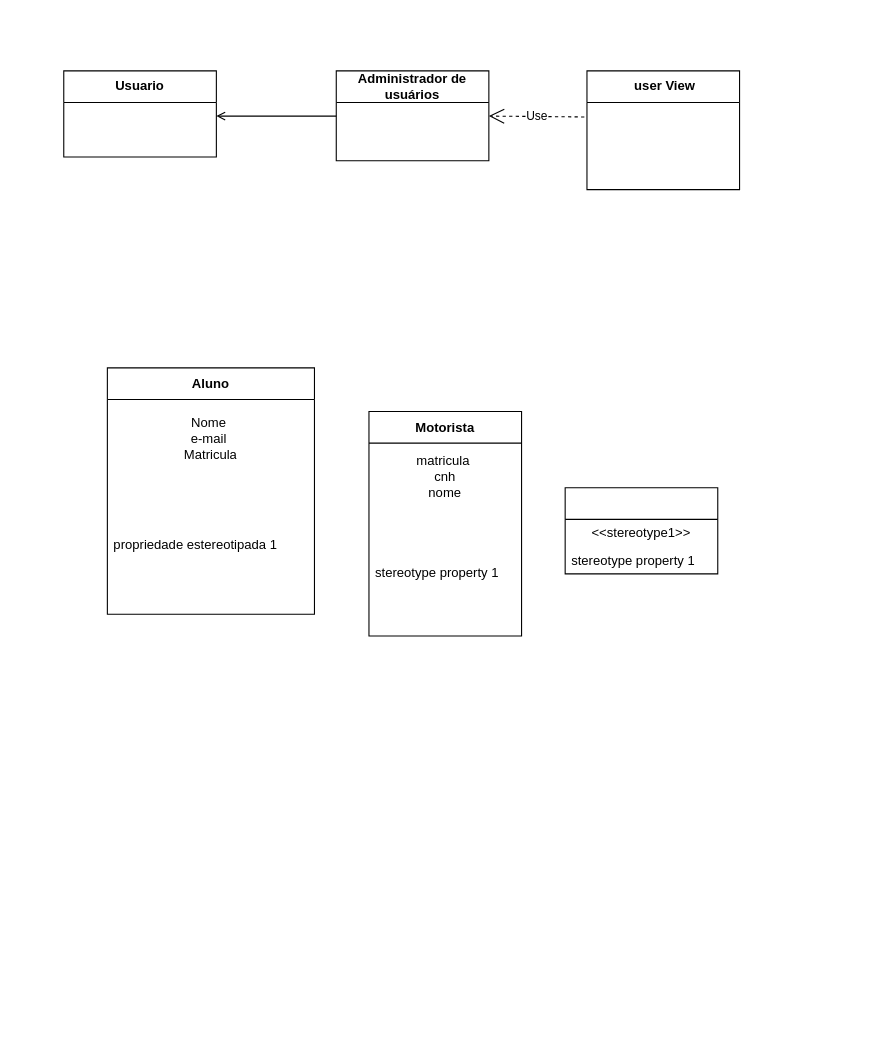
The draw.io diagram Documentação/Diagramas/DiagramaDeClasses.drawio in augustomiguel/metodosdeprojeto, before the edit. Source tidied: cells renumbered, new cells numbered last; positions are measured from the earlier drawing's top-left corner, leaving out a move shared by most shapes. Both pictures are drawn from the tidied source at 109%, with x=0, y=0 at pixel (63, 71).
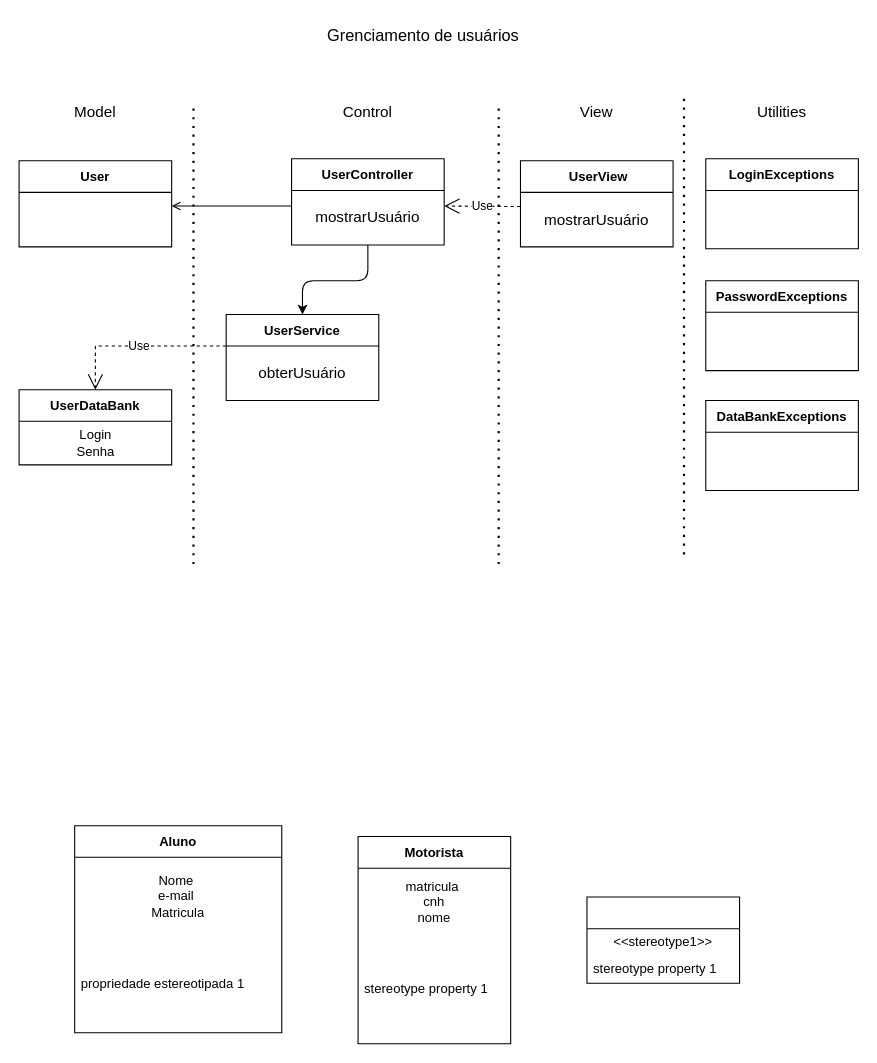
Above is the later version.

Commit message:
Diagrama de classe estendido

The edit, as a diff of the source:
```diff
@@
     <mxCell id="2" value="Aluno" style="swimlane;fontStyle=1;align=center;verticalAlign=middle;horizontal=1;startSize=29;html=1;whiteSpace=wrap;" parent="1" vertex="1">
-      <mxGeometry x="40" y="272" width="190" height="226" as="geometry" />
+      <mxGeometry x="10" y="692" width="190" height="190" as="geometry" />
     </mxCell>
@@
     <mxCell id="4" value="propriedade estereotipada 1" style="text;html=1;strokeColor=none;fillColor=none;align=left;verticalAlign=middle;spacingLeft=4;spacingRight=4;overflow=hidden;whiteSpace=wrap;" parent="2" vertex="1">
-      <mxGeometry y="100" width="190" height="126" as="geometry" />
+      <mxGeometry y="100" width="190" height="90" as="geometry" />
     </mxCell>
     <mxCell id="5" value="Motorista" style="swimlane;fontStyle=1;align=center;verticalAlign=middle;horizontal=1;startSize=29;html=1;whiteSpace=wrap;" parent="1" vertex="1">
-      <mxGeometry x="280" y="312" width="140" height="206" as="geometry" />
+      <mxGeometry x="270" y="702" width="140" height="190" as="geometry" />
     </mxCell>
@@
     <mxCell id="7" value="stereotype property 1" style="text;html=1;strokeColor=none;fillColor=none;align=left;verticalAlign=middle;spacingLeft=4;spacingRight=4;overflow=hidden;whiteSpace=wrap;" parent="5" vertex="1">
-      <mxGeometry y="90" width="140" height="116" as="geometry" />
+      <mxGeometry y="90" width="140" height="100" as="geometry" />
     </mxCell>
-    <mxCell id="8" value="Usuario" style="swimlane;fontStyle=1;align=center;verticalAlign=middle;horizontal=1;startSize=29;html=1;whiteSpace=wrap;" parent="1" vertex="1">
-      <mxGeometry y="-0.5" width="140" height="79" as="geometry" />
+    <mxCell id="8" value="User" style="swimlane;fontStyle=1;align=center;verticalAlign=middle;horizontal=1;startSize=29;html=1;whiteSpace=wrap;" parent="1" vertex="1">
+      <mxGeometry x="-41" y="82" width="140" height="79" as="geometry" />
     </mxCell>
-    <mxCell id="9" value="Administrador de usuários" style="swimlane;fontStyle=1;align=center;verticalAlign=middle;horizontal=1;startSize=29;html=1;whiteSpace=wrap;" parent="1" vertex="1">
-      <mxGeometry x="250" y="-0.5" width="140" height="82.5" as="geometry" />
-    </mxCell>
-    <mxCell id="10" value="&amp;nbsp;user View" style="swimlane;fontStyle=1;align=center;verticalAlign=middle;horizontal=1;startSize=29;html=1;whiteSpace=wrap;" parent="1" vertex="1">
-      <mxGeometry x="480" y="-0.5" width="140" height="109" as="geometry" />
+    <mxCell id="10" value="&amp;nbsp;UserView" style="swimlane;fontStyle=1;align=center;verticalAlign=middle;horizontal=1;startSize=29;html=1;whiteSpace=wrap;" parent="1" vertex="1">
+      <mxGeometry x="419" y="82" width="140" height="79" as="geometry" />
     </mxCell>
+    <mxCell id="16" value="mostrarUsuário" style="text;html=1;align=center;verticalAlign=middle;whiteSpace=wrap;rounded=0;fontSize=14;" parent="10" vertex="1">
+      <mxGeometry y="29" width="140" height="50" as="geometry" />
+    </mxCell>
     <mxCell id="11" style="swimlane;fontStyle=1;align=center;verticalAlign=middle;horizontal=1;startSize=29;html=1;whiteSpace=wrap;" parent="1" vertex="1">
-      <mxGeometry x="460" y="382" width="140" height="79" as="geometry" />
+      <mxGeometry x="480" y="757.5" width="140" height="79" as="geometry" />
     </mxCell>
@@
-    <mxCell id="14" value="Use" style="endArrow=open;endSize=12;dashed=1;html=1;rounded=0;exitX=-0.017;exitY=0.81;exitDx=0;exitDy=0;exitPerimeter=0;entryX=1;entryY=0.5;entryDx=0;entryDy=0;" parent="1" edge="1">
+    <mxCell id="14" value="Use" style="endArrow=open;endSize=12;dashed=1;html=1;rounded=0;entryX=1;entryY=0.5;entryDx=0;entryDy=0;" parent="1" edge="1">
       <mxGeometry relative="1" as="geometry">
-        <mxPoint x="477.6" y="41.8" as="sourcePoint" />
-        <mxPoint x="390" y="41" as="targetPoint" />
+        <mxPoint x="419" y="124" as="sourcePoint" />
+        <mxPoint x="349" y="123.5" as="targetPoint" />
       </mxGeometry>
     </mxCell>
     <mxCell id="15" style="edgeStyle=orthogonalEdgeStyle;rounded=0;orthogonalLoop=1;jettySize=auto;html=1;exitX=0;exitY=0.5;exitDx=0;exitDy=0;entryX=1;entryY=0.5;entryDx=0;entryDy=0;shape=wire;dashed=1;endArrow=open;endFill=0;" parent="1" edge="1">
       <mxGeometry relative="1" as="geometry">
-        <mxPoint x="250" y="41" as="sourcePoint" />
-        <mxPoint x="140" y="41" as="targetPoint" />
+        <mxPoint x="209" y="123.5" as="sourcePoint" />
+        <mxPoint x="99" y="123.5" as="targetPoint" />
       </mxGeometry>
     </mxCell>
+    <mxCell id="17" value="UserDataBank" style="swimlane;fontStyle=1;align=center;verticalAlign=middle;horizontal=1;startSize=29;html=1;whiteSpace=wrap;" parent="1" vertex="1">
+      <mxGeometry x="-41" y="292" width="140" height="69" as="geometry" />
+    </mxCell>
+    <mxCell id="18" value="Login&lt;div&gt;Senha&lt;/div&gt;" style="text;html=1;align=center;verticalAlign=middle;strokeColor=none;fillColor=none;" parent="17" vertex="1">
+      <mxGeometry y="29" width="140" height="40" as="geometry" />
+    </mxCell>
+    <mxCell id="19" value="UserService" style="swimlane;fontStyle=1;align=center;verticalAlign=middle;horizontal=1;startSize=29;html=1;whiteSpace=wrap;" parent="1" vertex="1">
+      <mxGeometry x="149" y="223" width="140" height="79" as="geometry" />
+    </mxCell>
+    <mxCell id="20" value="obterUsuário" style="text;html=1;align=center;verticalAlign=middle;whiteSpace=wrap;rounded=0;fontSize=14;" parent="19" vertex="1">
+      <mxGeometry y="29" width="140" height="50" as="geometry" />
+    </mxCell>
+    <mxCell id="21" value="UserController" style="swimlane;fontStyle=1;align=center;verticalAlign=middle;horizontal=1;startSize=29;html=1;whiteSpace=wrap;" parent="1" vertex="1">
+      <mxGeometry x="209" y="80.2" width="140" height="79" as="geometry" />
+    </mxCell>
+    <mxCell id="22" value="mostrarUsuário" style="text;html=1;align=center;verticalAlign=middle;whiteSpace=wrap;rounded=0;fontSize=14;" parent="21" vertex="1">
+      <mxGeometry y="29" width="140" height="50" as="geometry" />
+    </mxCell>
+    <mxCell id="23" value="Use" style="endArrow=open;endSize=12;dashed=1;html=1;rounded=0;entryX=0.5;entryY=0;entryDx=0;entryDy=0;" parent="1" edge="1" target="17">
+      <mxGeometry relative="1" as="geometry">
+        <mxPoint x="149" y="252" as="sourcePoint" />
+        <Array as="points">
+          <mxPoint x="29" y="252" />
+        </Array>
+      </mxGeometry>
+    </mxCell>
+    <mxCell id="24" value="Grenciamento de usuários" style="text;html=1;align=center;verticalAlign=middle;whiteSpace=wrap;rounded=0;fontSize=15;" parent="1" vertex="1">
+      <mxGeometry x="235" y="-48" width="190" height="30" as="geometry" />
+    </mxCell>
+    <mxCell id="25" value="Model" style="text;html=1;align=center;verticalAlign=middle;whiteSpace=wrap;rounded=0;fontSize=14;" parent="1" vertex="1">
+      <mxGeometry x="-1" y="22" width="60" height="30" as="geometry" />
+    </mxCell>
+    <mxCell id="26" value="Control" style="text;html=1;align=center;verticalAlign=middle;whiteSpace=wrap;rounded=0;fontSize=14;" parent="1" vertex="1">
+      <mxGeometry x="249" y="22" width="60" height="30" as="geometry" />
+    </mxCell>
+    <mxCell id="27" value="View" style="text;html=1;align=center;verticalAlign=middle;whiteSpace=wrap;rounded=0;fontSize=14;" parent="1" vertex="1">
+      <mxGeometry x="459" y="22" width="60" height="30" as="geometry" />
+    </mxCell>
+    <mxCell id="28" value="Utilities" style="text;html=1;align=center;verticalAlign=middle;whiteSpace=wrap;rounded=0;fontSize=14;" parent="1" vertex="1">
+      <mxGeometry x="629" y="22" width="60" height="30" as="geometry" />
+    </mxCell>
+    <mxCell id="29" value="LoginExceptions" style="swimlane;fontStyle=1;align=center;verticalAlign=middle;horizontal=1;startSize=29;html=1;whiteSpace=wrap;" parent="1" vertex="1">
+      <mxGeometry x="589" y="80.2" width="140" height="82.5" as="geometry" />
+    </mxCell>
+    <mxCell id="30" value="PasswordExceptions" style="swimlane;fontStyle=1;align=center;verticalAlign=middle;horizontal=1;startSize=29;html=1;whiteSpace=wrap;" parent="1" vertex="1">
+      <mxGeometry x="589" y="192" width="140" height="82.5" as="geometry" />
+    </mxCell>
+    <mxCell id="31" value="DataBankExceptions" style="swimlane;fontStyle=1;align=center;verticalAlign=middle;horizontal=1;startSize=29;html=1;whiteSpace=wrap;" parent="1" vertex="1">
+      <mxGeometry x="589" y="302" width="140" height="82.5" as="geometry" />
+    </mxCell>
+    <mxCell id="32" style="endArrow=none;dashed=1;html=1;dashPattern=1 3;strokeWidth=2;" parent="1" edge="1">
+      <mxGeometry relative="1" as="geometry">
+        <mxPoint x="119" y="452" as="sourcePoint" />
+        <mxPoint x="119" y="32" as="targetPoint" />
+      </mxGeometry>
+    </mxCell>
+    <mxCell id="33" style="edgeStyle=none;html=1;exitX=0.5;exitY=1;exitDx=0;exitDy=0;entryX=0.5;entryY=0;entryDx=0;entryDy=0;" parent="1" edge="1" source="22" target="19">
+      <mxGeometry relative="1" as="geometry">
+        <Array as="points">
+          <mxPoint x="279" y="192" />
+          <mxPoint x="219" y="192" />
+        </Array>
+      </mxGeometry>
+    </mxCell>
+    <mxCell id="34" style="endArrow=none;dashed=1;html=1;dashPattern=1 3;strokeWidth=2;" parent="1" edge="1">
+      <mxGeometry relative="1" as="geometry">
+        <mxPoint x="399" y="452" as="sourcePoint" />
+        <mxPoint x="399" y="32" as="targetPoint" />
+      </mxGeometry>
+    </mxCell>
+    <mxCell id="35" style="endArrow=none;dashed=1;html=1;dashPattern=1 3;strokeWidth=2;" parent="1" edge="1">
+      <mxGeometry relative="1" as="geometry">
+        <mxPoint x="569" y="443.2" as="sourcePoint" />
+        <mxPoint x="569" y="23.2" as="targetPoint" />
+      </mxGeometry>
+    </mxCell>
```
